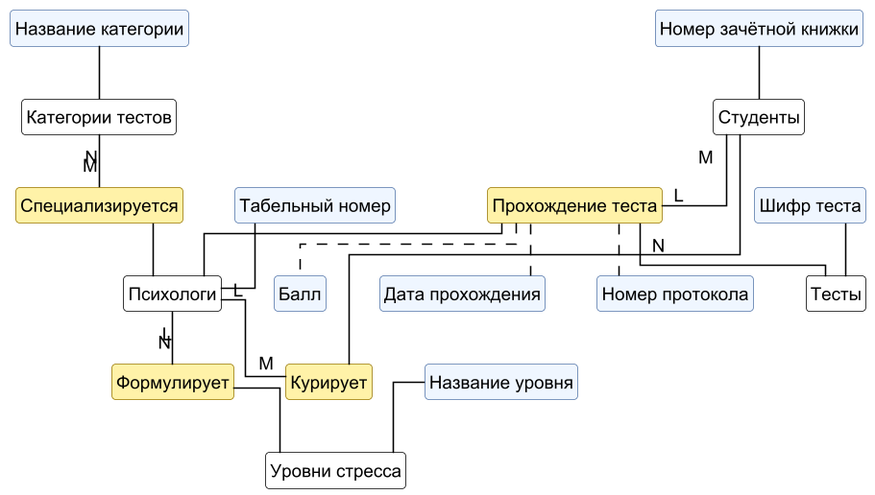
This is diagrams/conceptual.png from imaO0O/mental-health, a PlantUML export, as it was before one commit.
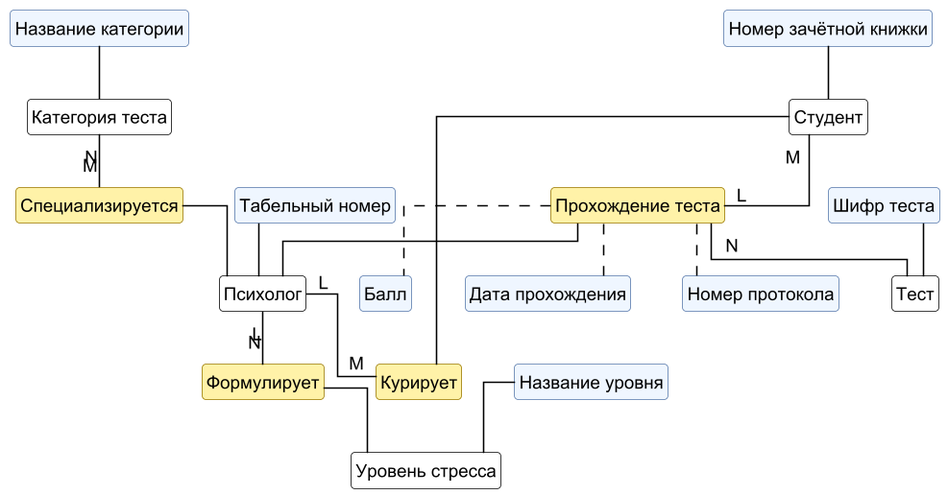
The same file after the commit.

The edit, as a diff of the source:
```diff
@@ -29,11 +29,11 @@
 hide circle
 hide stereotype
 
-class "Студенты"          as Stu
-class "Психологи"         as Psy
-class "Тесты"             as Test
-class "Категории тестов"  as Cat
-class "Уровни стресса"    as Lvl
+class "Студент"          as Stu
+class "Психолог"         as Psy
+class "Тест"             as Test
+class "Категория теста"  as Cat
+class "Уровень стресса"  as Lvl
 
 class "Специализируется"   as REL_Spec <<rel>>
 class "Курирует"           as REL_Cur  <<rel>>
```
